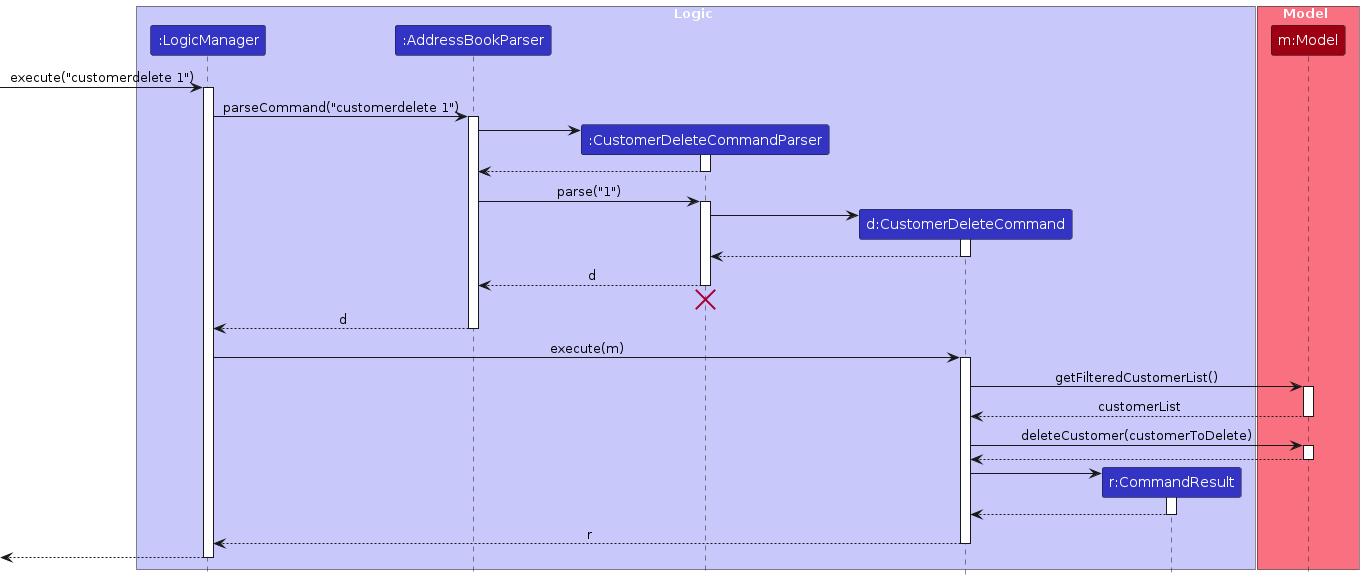
The PlantUML diagram diagrams/DeleteCustomerSequenceDiagram.png in AY2425S2-CS2103T-T08-3/tp, before a commit. Its source is kept beside it as diagrams/DeleteCustomerSequenceDiagram.puml.
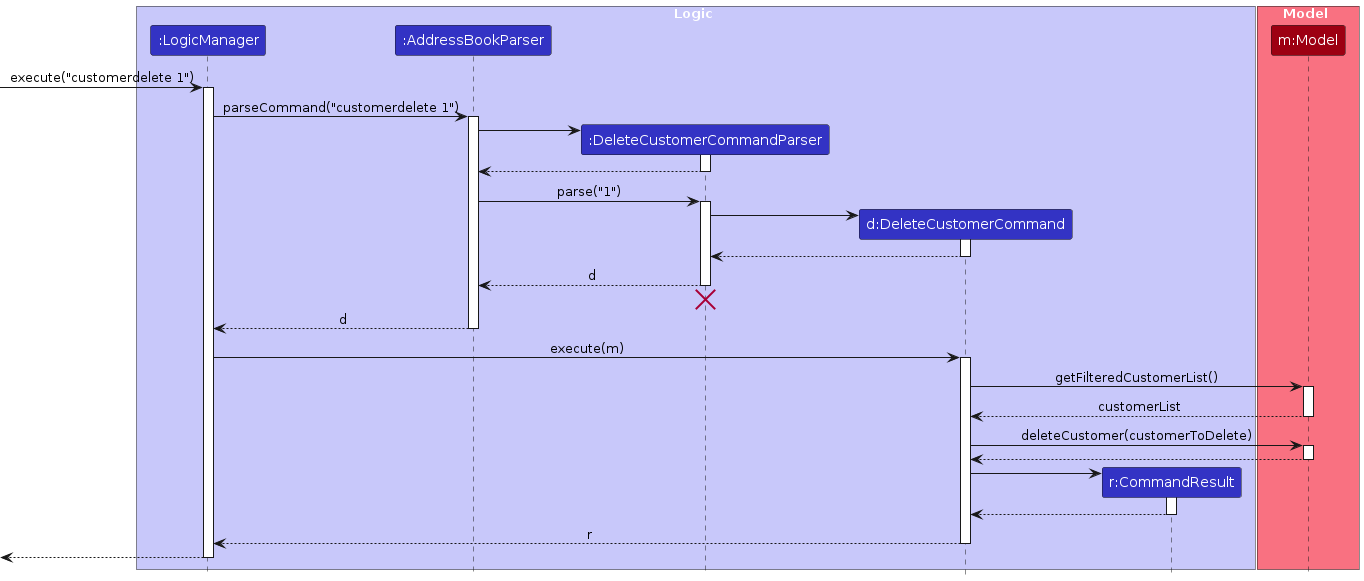
The same diagram one commit later.

Diff of the diagram source:
```diff
@@ -5,8 +5,8 @@
 box Logic LOGIC_COLOR_T1
 participant ":LogicManager" as LogicManager LOGIC_COLOR
 participant ":AddressBookParser" as AddressBookParser LOGIC_COLOR
-participant ":CustomerDeleteCommandParser" as CustomerDeleteCommandParser LOGIC_COLOR
-participant "d:CustomerDeleteCommand" as CustomerDeleteCommand LOGIC_COLOR
+participant ":DeleteCustomerCommandParser" as DeleteCustomerCommandParser LOGIC_COLOR
+participant "d:DeleteCustomerCommand" as DeleteCustomerCommand LOGIC_COLOR
 participant "r:CommandResult" as CommandResult LOGIC_COLOR
 end box
 
@@ -20,53 +20,53 @@
 LogicManager -> AddressBookParser : parseCommand("customerdelete 1")
 activate AddressBookParser
 
-create CustomerDeleteCommandParser
-AddressBookParser -> CustomerDeleteCommandParser
-activate CustomerDeleteCommandParser
+create DeleteCustomerCommandParser
+AddressBookParser -> DeleteCustomerCommandParser
+activate DeleteCustomerCommandParser
 
-CustomerDeleteCommandParser --> AddressBookParser
-deactivate CustomerDeleteCommandParser
+DeleteCustomerCommandParser --> AddressBookParser
+deactivate DeleteCustomerCommandParser
 
-AddressBookParser -> CustomerDeleteCommandParser : parse("1")
-activate CustomerDeleteCommandParser
+AddressBookParser -> DeleteCustomerCommandParser : parse("1")
+activate DeleteCustomerCommandParser
 
-create CustomerDeleteCommand
-CustomerDeleteCommandParser -> CustomerDeleteCommand
-activate CustomerDeleteCommand
+create DeleteCustomerCommand
+DeleteCustomerCommandParser -> DeleteCustomerCommand
+activate DeleteCustomerCommand
 
-CustomerDeleteCommand --> CustomerDeleteCommandParser :
-deactivate CustomerDeleteCommand
+DeleteCustomerCommand --> DeleteCustomerCommandParser :
+deactivate DeleteCustomerCommand
 
-CustomerDeleteCommandParser --> AddressBookParser : d
-deactivate CustomerDeleteCommandParser
-CustomerDeleteCommandParser -[hidden]-> AddressBookParser
-destroy CustomerDeleteCommandParser
+DeleteCustomerCommandParser --> AddressBookParser : d
+deactivate DeleteCustomerCommandParser
+DeleteCustomerCommandParser -[hidden]-> AddressBookParser
+destroy DeleteCustomerCommandParser
 
 AddressBookParser --> LogicManager : d
 deactivate AddressBookParser
 
-LogicManager -> CustomerDeleteCommand : execute(m)
-activate CustomerDeleteCommand
+LogicManager -> DeleteCustomerCommand : execute(m)
+activate DeleteCustomerCommand
 
-CustomerDeleteCommand -> Model : getFilteredCustomerList()
+DeleteCustomerCommand -> Model : getFilteredCustomerList()
 activate Model
-Model --> CustomerDeleteCommand : customerList
+Model --> DeleteCustomerCommand : customerList
 deactivate Model
 
-CustomerDeleteCommand -> Model : deleteCustomer(customerToDelete)
+DeleteCustomerCommand -> Model : deleteCustomer(customerToDelete)
 activate Model
-Model --> CustomerDeleteCommand
+Model --> DeleteCustomerCommand
 deactivate Model
 
 create CommandResult
-CustomerDeleteCommand -> CommandResult
+DeleteCustomerCommand -> CommandResult
 activate CommandResult
 
-CommandResult --> CustomerDeleteCommand
+CommandResult --> DeleteCustomerCommand
 deactivate CommandResult
 
-CustomerDeleteCommand --> LogicManager : r
-deactivate CustomerDeleteCommand
+DeleteCustomerCommand --> LogicManager : r
+deactivate DeleteCustomerCommand
 
 [<--LogicManager
 deactivate LogicManager
```
